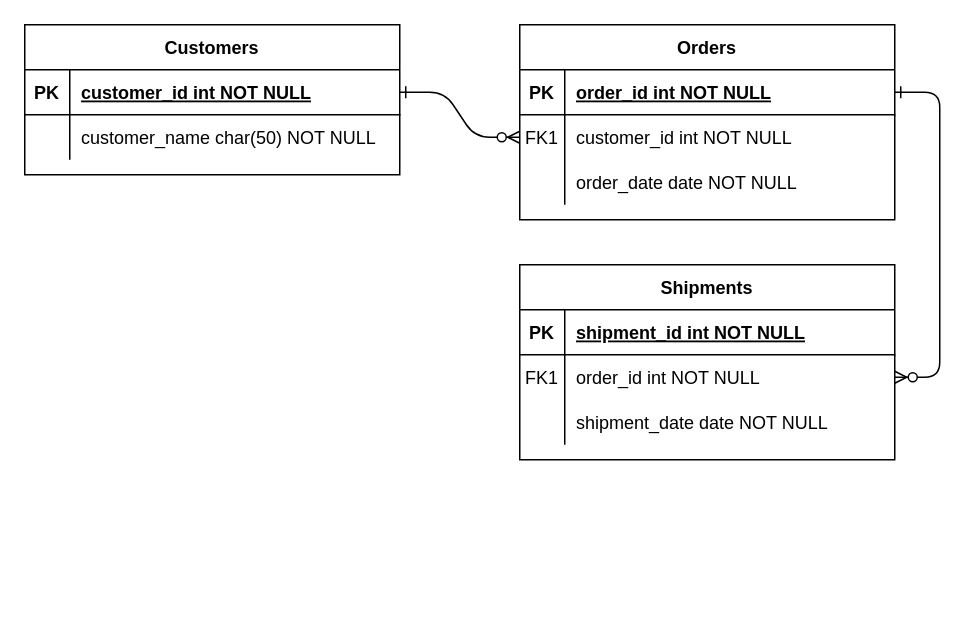
HandsomeAntalya/git_practise keeps this draw.io diagram as 未命名绘图.drawio. Above is the earlier version. Source tidied: cells renumbered, new cells numbered last; positions are measured from the earlier drawing's top-left corner, leaving out a move shared by most shapes. Both pictures are drawn from the tidied source at 150%, with x=0, y=0 at pixel (24, 24).
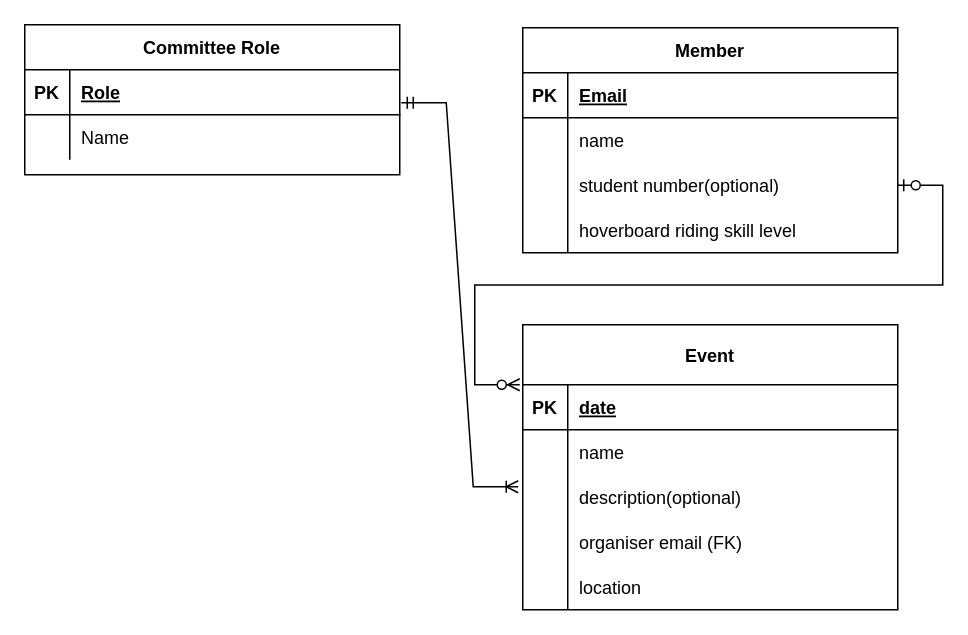
Above is the later version.

The change refers to these unchanged cells:
```xml
<mxCell id="5" style="shape=partialRectangle;fillColor=none;points=[[0,0.5],[1,0.5]];portConstraint=eastwest;top=0;left=0;right=0;bottom=1;" parent="4" vertex="1">
  <mxGeometry y="30" width="250" height="30" as="geometry" />
</mxCell>
<mxCell id="8" style="shape=partialRectangle;fillColor=none;points=[[0,0.5],[1,0.5]];portConstraint=eastwest;top=0;left=0;right=0;bottom=0;" parent="4" vertex="1">
  <mxGeometry y="60" width="250" height="30" as="geometry" />
</mxCell>
<mxCell id="11" style="shape=partialRectangle;fillColor=none;points=[[0,0.5],[1,0.5]];portConstraint=eastwest;top=0;left=0;right=0;bottom=0;" parent="4" vertex="1">
  <mxGeometry y="90" width="250" height="30" as="geometry" />
</mxCell>
<mxCell id="25" style="shape=partialRectangle;fillColor=none;points=[[0,0.5],[1,0.5]];portConstraint=eastwest;top=0;left=0;right=0;bottom=1;" parent="24" vertex="1">
  <mxGeometry y="30" width="250" height="30" as="geometry" />
</mxCell>
<mxCell id="28" style="shape=partialRectangle;fillColor=none;top=0;left=0;right=0;bottom=0;" parent="24" vertex="1">
  <mxGeometry y="60" width="250" height="30" as="geometry" />
</mxCell>
```

The edit, as a diff of the source:
```diff
@@
-    <mxCell id="2" style="edgeStyle=entityRelationEdgeStyle;endArrow=ERzeroToMany;startArrow=ERone;endFill=1;startFill=0;" parent="1" edge="1" source="25" target="8">
-      <mxGeometry relative="1" as="geometry" />
-    </mxCell>
-    <mxCell id="3" style="edgeStyle=entityRelationEdgeStyle;endArrow=ERzeroToMany;startArrow=ERone;endFill=1;startFill=0;" parent="1" edge="1" source="5" target="18">
-      <mxGeometry relative="1" as="geometry" />
-    </mxCell>
-    <mxCell id="4" value="Orders" style="shape=table;startSize=30;childLayout=tableLayout;rowLines=0;fontStyle=1;align=center;" parent="1" vertex="1">
-      <mxGeometry x="330" width="250" height="130" as="geometry" />
+    <mxCell id="4" value="Member" style="shape=table;startSize=30;childLayout=tableLayout;rowLines=0;fontStyle=1;align=center;" parent="1" vertex="1">
+      <mxGeometry x="332" y="2" width="250" height="150" as="geometry" />
     </mxCell>
@@
-    <mxCell id="7" value="order_id int NOT NULL " style="shape=partialRectangle;overflow=hidden;fillColor=none;top=0;left=0;bottom=0;right=0;align=left;spacingLeft=6;fontStyle=5;" parent="5" vertex="1">
+    <mxCell id="7" value="Email" style="shape=partialRectangle;overflow=hidden;fillColor=none;top=0;left=0;bottom=0;right=0;align=left;spacingLeft=6;fontStyle=5;" parent="5" vertex="1">
       <mxGeometry x="30" width="220" height="30" as="geometry" />
     </mxCell>
@@
-    <mxCell id="9" value="FK1" style="shape=partialRectangle;overflow=hidden;fillColor=none;top=0;left=0;bottom=0;right=0;" parent="8" vertex="1">
+    <mxCell id="9" style="shape=partialRectangle;overflow=hidden;fillColor=none;top=0;left=0;bottom=0;right=0;" parent="8" vertex="1">
       <mxGeometry width="30" height="30" as="geometry" />
     </mxCell>
-    <mxCell id="10" value="customer_id int NOT NULL" style="shape=partialRectangle;overflow=hidden;fillColor=none;top=0;left=0;bottom=0;right=0;align=left;spacingLeft=6;" parent="8" vertex="1">
+    <mxCell id="10" value="name" style="shape=partialRectangle;overflow=hidden;fillColor=none;top=0;left=0;bottom=0;right=0;align=left;spacingLeft=6;" parent="8" vertex="1">
       <mxGeometry x="30" width="220" height="30" as="geometry" />
     </mxCell>
@@
-    <mxCell id="12" style="shape=partialRectangle;overflow=hidden;fillColor=none;top=0;left=0;bottom=0;right=0;" parent="11" vertex="1">
-      <mxGeometry width="30" height="30" as="geometry" />
-    </mxCell>
-    <mxCell id="13" value="order_date date NOT NULL" style="shape=partialRectangle;overflow=hidden;fillColor=none;top=0;left=0;bottom=0;right=0;align=left;spacingLeft=6;" parent="11" vertex="1">
-      <mxGeometry x="30" width="220" height="30" as="geometry" />
-    </mxCell>
+    <mxCell id="31" style="shape=partialRectangle;overflow=hidden;fillColor=none;top=0;left=0;bottom=0;right=0;" parent="11" vertex="1">
+      <mxGeometry width="30" height="30" as="geometry" />
+    </mxCell>
+    <mxCell id="32" value="student number(optional)" style="shape=partialRectangle;overflow=hidden;fillColor=none;top=0;left=0;bottom=0;right=0;align=left;spacingLeft=6;" parent="11" vertex="1">
+      <mxGeometry x="30" width="220" height="30" as="geometry" />
+    </mxCell>
+    <mxCell id="33" style="shape=partialRectangle;fillColor=none;top=0;left=0;right=0;bottom=0;" parent="4" vertex="1">
+      <mxGeometry y="120" width="250" height="30" as="geometry" />
+    </mxCell>
+    <mxCell id="34" style="shape=partialRectangle;overflow=hidden;fillColor=none;top=0;left=0;bottom=0;right=0;" parent="33" vertex="1">
+      <mxGeometry width="30" height="30" as="geometry" />
+    </mxCell>
+    <mxCell id="35" value="hoverboard riding skill level" style="shape=partialRectangle;overflow=hidden;fillColor=none;top=0;left=0;bottom=0;right=0;align=left;spacingLeft=6;" parent="33" vertex="1">
+      <mxGeometry x="30" width="220" height="30" as="geometry" />
+    </mxCell>
-    <mxCell id="14" value="Shipments" style="shape=table;startSize=30;childLayout=tableLayout;rowLines=0;fontStyle=1;align=center;" parent="1" vertex="1">
-      <mxGeometry x="330" y="160" width="250" height="130" as="geometry" />
+    <mxCell id="14" value="Event" style="shape=table;startSize=40;childLayout=tableLayout;rowLines=0;fontStyle=1;align=center;" parent="1" vertex="1">
+      <mxGeometry x="332" y="200" width="250" height="190" as="geometry" />
     </mxCell>
     <mxCell id="15" style="shape=partialRectangle;fillColor=none;top=0;left=0;right=0;bottom=1;" parent="14" vertex="1">
-      <mxGeometry y="30" width="250" height="30" as="geometry" />
+      <mxGeometry y="40" width="250" height="30" as="geometry" />
     </mxCell>
@@
-    <mxCell id="17" value="shipment_id int NOT NULL " style="shape=partialRectangle;overflow=hidden;fillColor=none;top=0;left=0;bottom=0;right=0;align=left;spacingLeft=6;fontStyle=5;" parent="15" vertex="1">
+    <mxCell id="17" value="date" style="shape=partialRectangle;overflow=hidden;fillColor=none;top=0;left=0;bottom=0;right=0;align=left;spacingLeft=6;fontStyle=5;" parent="15" vertex="1">
       <mxGeometry x="30" width="220" height="30" as="geometry" />
     </mxCell>
     <mxCell id="18" style="shape=partialRectangle;fillColor=none;points=[[0,0.5],[1,0.5]];portConstraint=eastwest;top=0;left=0;right=0;bottom=0;" parent="14" vertex="1">
-      <mxGeometry y="60" width="250" height="30" as="geometry" />
+      <mxGeometry y="70" width="250" height="30" as="geometry" />
     </mxCell>
-    <mxCell id="19" value="FK1" style="shape=partialRectangle;overflow=hidden;fillColor=none;top=0;left=0;bottom=0;right=0;" parent="18" vertex="1">
+    <mxCell id="19" style="shape=partialRectangle;overflow=hidden;fillColor=none;top=0;left=0;bottom=0;right=0;" parent="18" vertex="1">
       <mxGeometry width="30" height="30" as="geometry" />
     </mxCell>
-    <mxCell id="20" value="order_id int NOT NULL" style="shape=partialRectangle;overflow=hidden;fillColor=none;top=0;left=0;bottom=0;right=0;align=left;spacingLeft=6;" parent="18" vertex="1">
+    <mxCell id="20" value="name" style="shape=partialRectangle;overflow=hidden;fillColor=none;top=0;left=0;bottom=0;right=0;align=left;spacingLeft=6;" parent="18" vertex="1">
       <mxGeometry x="30" width="220" height="30" as="geometry" />
     </mxCell>
     <mxCell id="21" style="shape=partialRectangle;fillColor=none;points=[[0,0.5],[1,0.5]];portConstraint=eastwest;top=0;left=0;right=0;bottom=0;" parent="14" vertex="1">
-      <mxGeometry y="90" width="250" height="30" as="geometry" />
+      <mxGeometry y="100" width="250" height="30" as="geometry" />
     </mxCell>
@@
-    <mxCell id="23" value="shipment_date date NOT NULL" style="shape=partialRectangle;overflow=hidden;fillColor=none;top=0;left=0;bottom=0;right=0;align=left;spacingLeft=6;" parent="21" vertex="1">
+    <mxCell id="23" value="description(optional)" style="shape=partialRectangle;overflow=hidden;fillColor=none;top=0;left=0;bottom=0;right=0;align=left;spacingLeft=6;" parent="21" vertex="1">
       <mxGeometry x="30" width="220" height="30" as="geometry" />
     </mxCell>
+    <mxCell id="36" style="shape=partialRectangle;fillColor=none;top=0;left=0;right=0;bottom=0;" parent="14" vertex="1">
+      <mxGeometry y="130" width="250" height="30" as="geometry" />
+    </mxCell>
+    <mxCell id="37" style="shape=partialRectangle;overflow=hidden;fillColor=none;top=0;left=0;bottom=0;right=0;" parent="36" vertex="1">
+      <mxGeometry width="30" height="30" as="geometry" />
+    </mxCell>
+    <mxCell id="38" value="organiser email (FK)" style="shape=partialRectangle;overflow=hidden;fillColor=none;top=0;left=0;bottom=0;right=0;align=left;spacingLeft=6;" parent="36" vertex="1">
+      <mxGeometry x="30" width="220" height="30" as="geometry" />
+    </mxCell>
+    <mxCell id="39" style="shape=partialRectangle;fillColor=none;top=0;left=0;right=0;bottom=0;" parent="14" vertex="1">
+      <mxGeometry y="160" width="250" height="30" as="geometry" />
+    </mxCell>
+    <mxCell id="40" style="shape=partialRectangle;overflow=hidden;fillColor=none;top=0;left=0;bottom=0;right=0;" parent="39" vertex="1">
+      <mxGeometry width="30" height="30" as="geometry" />
+    </mxCell>
+    <mxCell id="41" value="location" style="shape=partialRectangle;overflow=hidden;fillColor=none;top=0;left=0;bottom=0;right=0;align=left;spacingLeft=6;" parent="39" vertex="1">
+      <mxGeometry x="30" width="220" height="30" as="geometry" />
+    </mxCell>
-    <mxCell id="24" value="Customers" style="shape=table;startSize=30;childLayout=tableLayout;rowLines=0;fontStyle=1;align=center;" parent="1" vertex="1">
+    <mxCell id="24" value="Committee Role" style="shape=table;startSize=30;childLayout=tableLayout;rowLines=0;fontStyle=1;align=center;" parent="1" vertex="1">
       <mxGeometry width="250" height="100" as="geometry" />
     </mxCell>
@@
-    <mxCell id="27" value="customer_id int NOT NULL " style="shape=partialRectangle;overflow=hidden;fillColor=none;top=0;left=0;bottom=0;right=0;align=left;spacingLeft=6;fontStyle=5;" parent="25" vertex="1">
+    <mxCell id="27" value="Role" style="shape=partialRectangle;overflow=hidden;fillColor=none;top=0;left=0;bottom=0;right=0;align=left;spacingLeft=6;fontStyle=5;" parent="25" vertex="1">
       <mxGeometry x="30" width="220" height="30" as="geometry" />
     </mxCell>
@@
-    <mxCell id="30" value="customer_name char(50) NOT NULL" style="shape=partialRectangle;overflow=hidden;fillColor=none;top=0;left=0;bottom=0;right=0;align=left;spacingLeft=6;" parent="28" vertex="1">
+    <mxCell id="30" value="Name" style="shape=partialRectangle;overflow=hidden;fillColor=none;top=0;left=0;bottom=0;right=0;align=left;spacingLeft=6;" parent="28" vertex="1">
       <mxGeometry x="30" width="220" height="30" as="geometry" />
     </mxCell>
+    <mxCell id="42" style="edgeStyle=entityRelationEdgeStyle;fontSize=12;html=1;endArrow=ERoneToMany;startArrow=ERmandOne;rounded=0;entryX=-0.012;entryY=0.267;entryDx=0;entryDy=0;entryPerimeter=0;exitX=1.004;exitY=0.733;exitDx=0;exitDy=0;exitPerimeter=0;" parent="1" edge="1" source="25" target="21">
+      <mxGeometry relative="1" as="geometry" />
+    </mxCell>
+    <mxCell id="43" style="edgeStyle=entityRelationEdgeStyle;fontSize=12;html=1;endArrow=ERzeroToMany;startArrow=ERzeroToOne;rounded=0;exitX=1;exitY=0.5;exitDx=0;exitDy=0;" parent="1" edge="1" source="11">
+      <mxGeometry relative="1" as="geometry">
+        <mxPoint x="330" y="240" as="targetPoint" />
+      </mxGeometry>
+    </mxCell>
```
